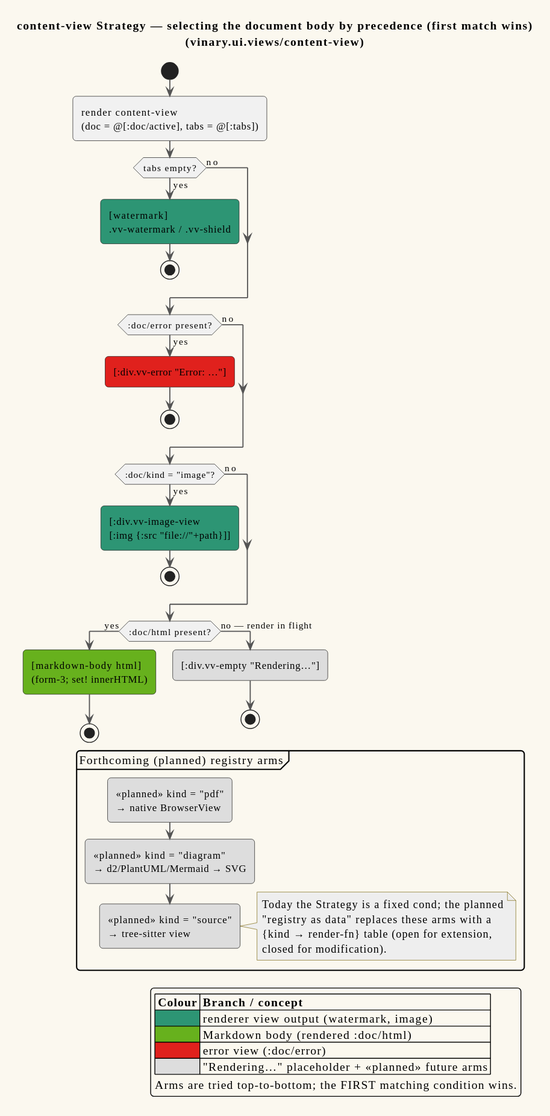
This is docs/diagrams/activity-content-strategy.svg from vinary-tree/vinary-viewer, a PlantUML export, as it was before one commit.
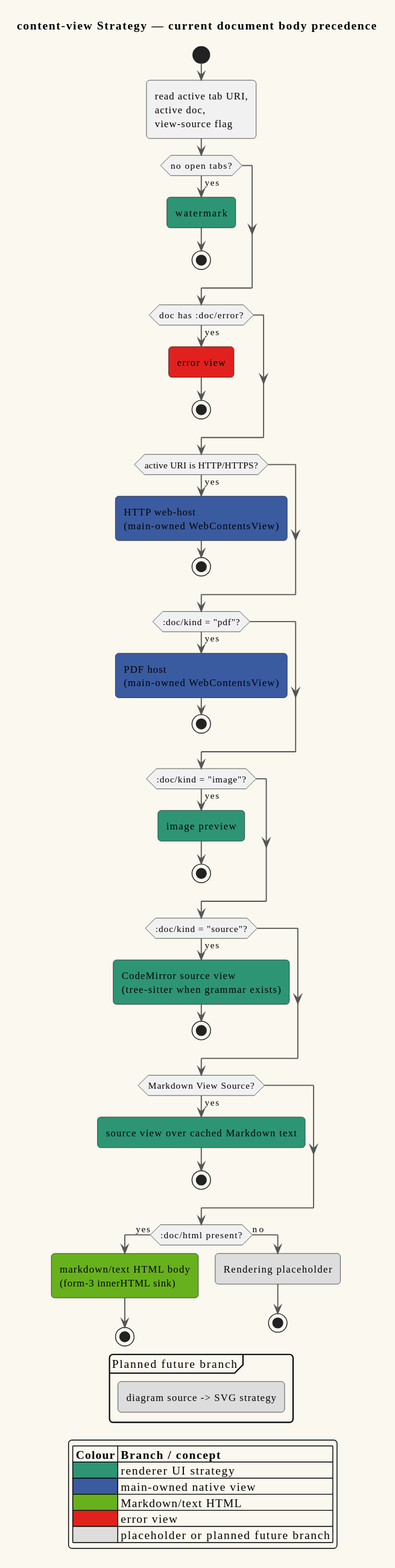
The same diagram one commit later.

Change to the diagram source:
```diff
@@ -1,56 +1,65 @@
 @startuml
 !include _vv-theme.iuml
 
-title content-view Strategy — selecting the document body by precedence (first match wins)\n(vinary.ui.views/content-view)
+title content-view Strategy — current document body precedence
 
 start
-:render content-view\n(doc = @[:doc/active], tabs = @[:tabs]);
+:read active tab URI,\nactive doc,\nview-source flag;
 
-if (tabs empty?) then (yes)
-  :[watermark]\n.vv-watermark / .vv-shield; <<#2D9574>>
+if (no open tabs?) then (yes)
+  :watermark; <<#2D9574>>
   stop
-else (no)
 endif
 
-if (:doc/error present?) then (yes)
-  :[:div.vv-error "Error: …"]; <<#E0211D>>
+if (doc has :doc/error?) then (yes)
+  :error view; <<#E0211D>>
   stop
-else (no)
+endif
+
+if (active URI is HTTP/HTTPS?) then (yes)
+  :HTTP web-host\n(main-owned WebContentsView); <<#3A5BA0>>
+  stop
+endif
+
+if (:doc/kind = "pdf"?) then (yes)
+  :PDF host\n(main-owned WebContentsView); <<#3A5BA0>>
+  stop
 endif
 
 if (:doc/kind = "image"?) then (yes)
-  :[:div.vv-image-view\n[:img {:src "file://"+path}]]; <<#2D9574>>
+  :image preview; <<#2D9574>>
   stop
-else (no)
+endif
+
+if (:doc/kind = "source"?) then (yes)
+  :CodeMirror source view\n(tree-sitter when grammar exists); <<#2D9574>>
+  stop
+endif
+
+if (Markdown View Source?) then (yes)
+  :source view over cached Markdown text; <<#2D9574>>
+  stop
 endif
 
 if (:doc/html present?) then (yes)
-  :[markdown-body html]\n(form-3; set! innerHTML); <<#67B11D>>
+  :markdown/text HTML body\n(form-3 innerHTML sink); <<#67B11D>>
   stop
-else (no — render in flight)
-  :[:div.vv-empty "Rendering…"]; <<#DDDDDD>>
+else (no)
+  :Rendering placeholder; <<#DDDDDD>>
   stop
 endif
 
-partition "Forthcoming (planned) registry arms" #line.dashed;line:999999 {
-  :«planned» kind = "pdf"\n→ native BrowserView; <<#DDDDDD>>
-  :«planned» kind = "diagram"\n→ d2/PlantUML/Mermaid → SVG; <<#DDDDDD>>
-  :«planned» kind = "source"\n→ tree-sitter view; <<#DDDDDD>>
-  note right #EEEEEE
-    Today the Strategy is a fixed cond; the planned
-    "registry as data" replaces these arms with a
-    {kind → render-fn} table (open for extension,
-    closed for modification).
-  end note
+partition "Planned future branch" #line.dashed;line:999999 {
+  :diagram source -> SVG strategy; <<#DDDDDD>>
   detach
 }
 
 legend right
   |= Colour |= Branch / concept |
-  |<#2D9574>| renderer view output (watermark, image) |
-  |<#67B11D>| Markdown body (rendered :doc/html) |
-  |<#E0211D>| error view (:doc/error) |
-  |<#DDDDDD>| "Rendering…" placeholder + «planned» future arms |
-  Arms are tried top-to-bottom; the FIRST matching condition wins.
+  |<#2D9574>| renderer UI strategy |
+  |<#3A5BA0>| main-owned native view |
+  |<#67B11D>| Markdown/text HTML |
+  |<#E0211D>| error view |
+  |<#DDDDDD>| placeholder or planned future branch |
 endlegend
 @enduml
```
